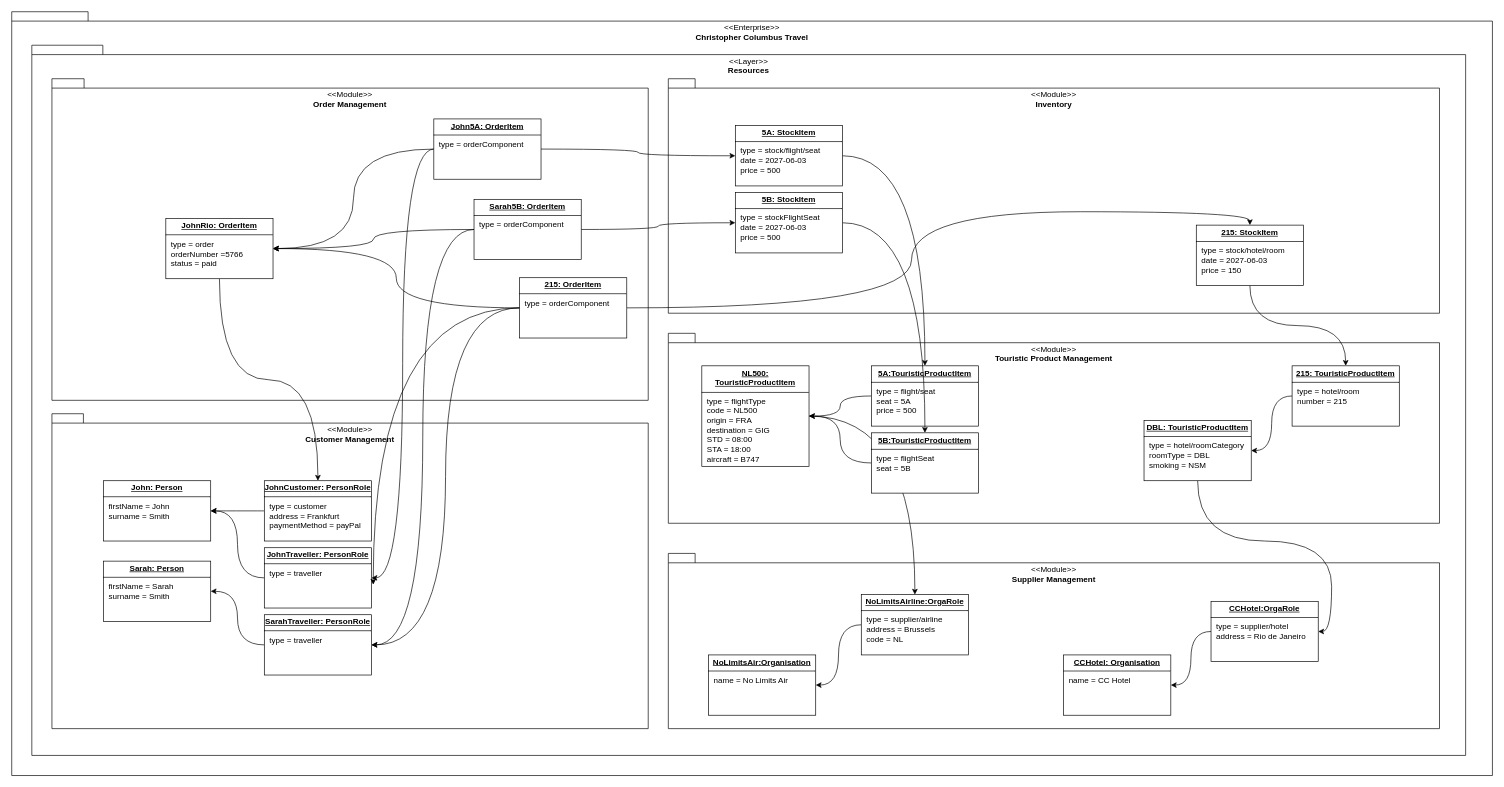
This is docs/architecture/data-model/objects.drawio from hochschule-darmstadt/a3se_app, a draw.io file, before an edit. Source tidied: cells renumbered, new cells numbered last; positions are measured from the earlier drawing's top-left corner, leaving out a move shared by most shapes. Both pictures are drawn from the tidied source at 67%, with x=0, y=0 at pixel (11, 11).
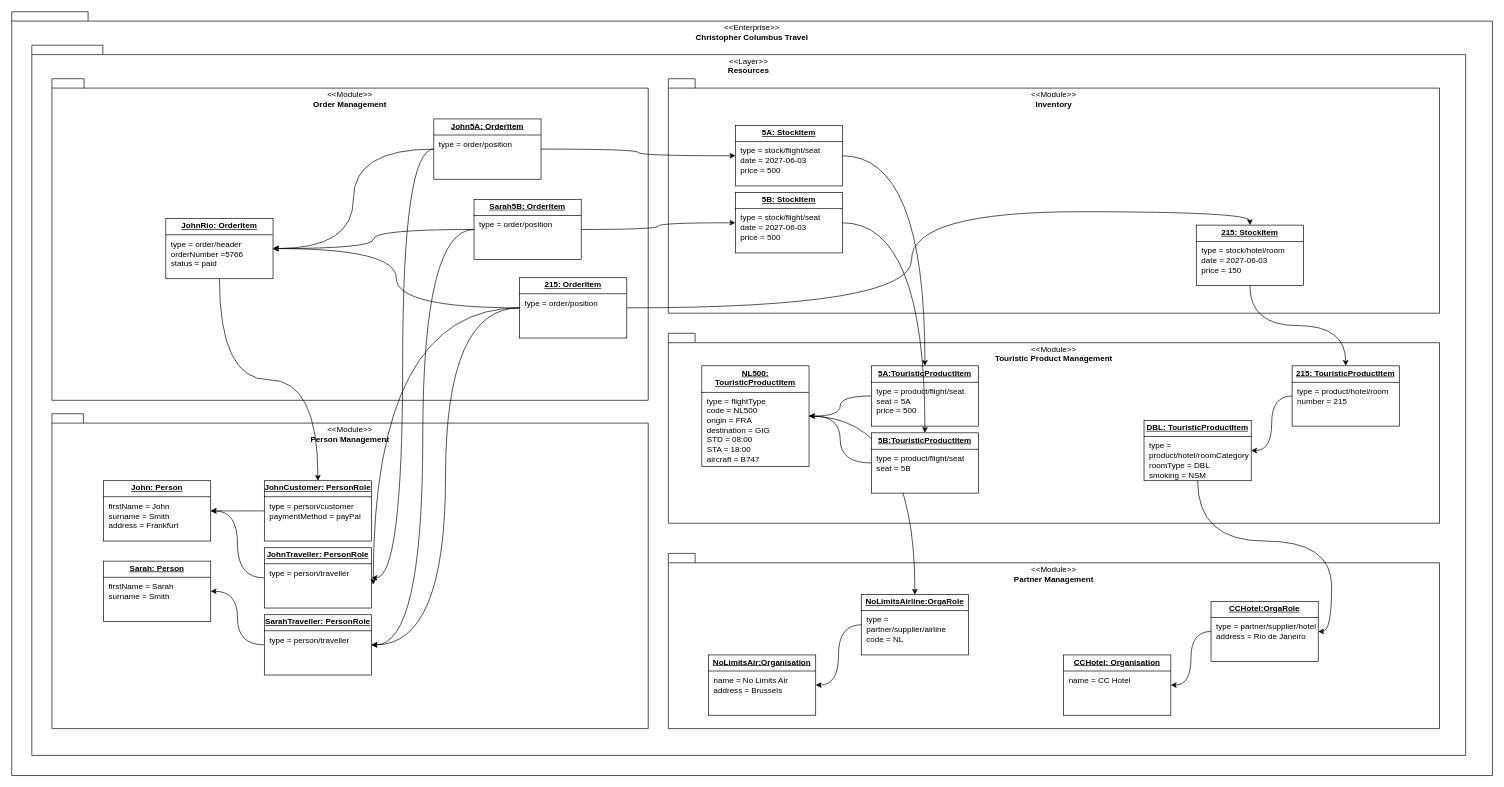
After the change.

What changed in the source:
```diff
@@
-    <mxCell id="4" value="&lt;span style=&quot;font-weight: normal;&quot;&gt;&amp;lt;&amp;lt;Module&amp;gt;&amp;gt;&lt;/span&gt;&lt;div&gt;Supplier Management&lt;/div&gt;" style="shape=folder;fontStyle=1;spacingTop=10;tabWidth=40;tabHeight=14;tabPosition=left;html=1;whiteSpace=wrap;align=center;verticalAlign=top;" parent="1" vertex="1">
+    <mxCell id="4" value="&lt;span style=&quot;font-weight: normal;&quot;&gt;&amp;lt;&amp;lt;Module&amp;gt;&amp;gt;&lt;/span&gt;&lt;div&gt;Partner Management&lt;/div&gt;" style="shape=folder;fontStyle=1;spacingTop=10;tabWidth=40;tabHeight=14;tabPosition=left;html=1;whiteSpace=wrap;align=center;verticalAlign=top;" parent="1" vertex="1">
       <mxGeometry x="980" y="808.5" width="1151" height="261.5" as="geometry" />
     </mxCell>
@@
-    <mxCell id="6" value="&lt;span style=&quot;font-weight: normal;&quot;&gt;&amp;lt;&amp;lt;Module&amp;gt;&amp;gt;&lt;/span&gt;&lt;div&gt;Customer Management&lt;/div&gt;" style="shape=folder;fontStyle=1;spacingTop=10;tabWidth=40;tabHeight=14;tabPosition=left;html=1;whiteSpace=wrap;align=center;verticalAlign=top;" parent="1" vertex="1">
+    <mxCell id="6" value="&lt;span style=&quot;font-weight: normal;&quot;&gt;&amp;lt;&amp;lt;Module&amp;gt;&amp;gt;&lt;/span&gt;&lt;div&gt;Person Management&lt;/div&gt;" style="shape=folder;fontStyle=1;spacingTop=10;tabWidth=40;tabHeight=14;tabPosition=left;html=1;whiteSpace=wrap;align=center;verticalAlign=top;" parent="1" vertex="1">
       <mxGeometry x="60" y="600" width="890" height="470" as="geometry" />
     </mxCell>
@@
-    <mxCell id="9" value="&lt;p style=&quot;margin:0px;margin-top:4px;text-align:center;text-decoration:underline;&quot;&gt;&lt;b&gt;John: Person&lt;/b&gt;&lt;/p&gt;&lt;hr size=&quot;1&quot; style=&quot;border-style:solid;&quot;&gt;&lt;p style=&quot;margin:0px;margin-left:8px;&quot;&gt;firstName = John&lt;br&gt;surname = Smith&lt;br&gt;&lt;/p&gt;" style="verticalAlign=top;align=left;overflow=fill;html=1;whiteSpace=wrap;" parent="1" vertex="1">
+    <mxCell id="9" value="&lt;p style=&quot;margin:0px;margin-top:4px;text-align:center;text-decoration:underline;&quot;&gt;&lt;b&gt;John: Person&lt;/b&gt;&lt;/p&gt;&lt;hr size=&quot;1&quot; style=&quot;border-style:solid;&quot;&gt;&lt;p style=&quot;margin:0px;margin-left:8px;&quot;&gt;firstName = John&lt;br&gt;surname = Smith&lt;br&gt;&lt;/p&gt;&lt;p style=&quot;margin:0px;margin-left:8px;&quot;&gt;address = Frankfurt&lt;/p&gt;" style="verticalAlign=top;align=left;overflow=fill;html=1;whiteSpace=wrap;" parent="1" vertex="1">
       <mxGeometry x="137" y="700" width="160" height="90" as="geometry" />
     </mxCell>
@@
-    <mxCell id="11" value="&lt;p style=&quot;margin:0px;margin-top:4px;text-align:center;text-decoration:underline;&quot;&gt;&lt;b&gt;JohnCustomer: PersonRole&lt;/b&gt;&lt;/p&gt;&lt;hr size=&quot;1&quot; style=&quot;border-style:solid;&quot;&gt;&lt;p style=&quot;margin:0px;margin-left:8px;&quot;&gt;type = customer&lt;/p&gt;&lt;p style=&quot;margin:0px;margin-left:8px;&quot;&gt;address = Frankfurt&lt;/p&gt;&lt;p style=&quot;margin:0px;margin-left:8px;&quot;&gt;paymentMethod = payPal&lt;/p&gt;" style="verticalAlign=top;align=left;overflow=fill;html=1;whiteSpace=wrap;" parent="1" vertex="1">
+    <mxCell id="11" value="&lt;p style=&quot;margin:0px;margin-top:4px;text-align:center;text-decoration:underline;&quot;&gt;&lt;b&gt;JohnCustomer: PersonRole&lt;/b&gt;&lt;/p&gt;&lt;hr size=&quot;1&quot; style=&quot;border-style:solid;&quot;&gt;&lt;p style=&quot;margin:0px;margin-left:8px;&quot;&gt;type = person/customer&lt;/p&gt;&lt;p style=&quot;margin:0px;margin-left:8px;&quot;&gt;&lt;span style=&quot;background-color: transparent; color: light-dark(rgb(0, 0, 0), rgb(255, 255, 255));&quot;&gt;paymentMethod = payPal&lt;/span&gt;&lt;/p&gt;" style="verticalAlign=top;align=left;overflow=fill;html=1;whiteSpace=wrap;" parent="1" vertex="1">
       <mxGeometry x="377" y="700" width="160" height="90" as="geometry" />
     </mxCell>
@@
-    <mxCell id="13" value="&lt;p style=&quot;margin:0px;margin-top:4px;text-align:center;text-decoration:underline;&quot;&gt;&lt;b&gt;NoLimitsAir:Organisation&lt;/b&gt;&lt;/p&gt;&lt;hr size=&quot;1&quot; style=&quot;border-style:solid;&quot;&gt;&lt;p style=&quot;margin:0px;margin-left:8px;&quot;&gt;name = No Limits Air&lt;/p&gt;" style="verticalAlign=top;align=left;overflow=fill;html=1;whiteSpace=wrap;" parent="1" vertex="1">
+    <mxCell id="13" value="&lt;p style=&quot;margin:0px;margin-top:4px;text-align:center;text-decoration:underline;&quot;&gt;&lt;b&gt;NoLimitsAir:Organisation&lt;/b&gt;&lt;/p&gt;&lt;hr size=&quot;1&quot; style=&quot;border-style:solid;&quot;&gt;&lt;p style=&quot;margin:0px;margin-left:8px;&quot;&gt;name = No Limits Air&lt;/p&gt;&lt;p style=&quot;margin:0px;margin-left:8px;&quot;&gt;address = Brussels&lt;/p&gt;" style="verticalAlign=top;align=left;overflow=fill;html=1;whiteSpace=wrap;" parent="1" vertex="1">
       <mxGeometry x="1040" y="960" width="160" height="90" as="geometry" />
     </mxCell>
@@
-    <mxCell id="17" value="&lt;p style=&quot;margin:0px;margin-top:4px;text-align:center;text-decoration:underline;&quot;&gt;&lt;b&gt;NoLimitsAirline:OrgaRole&lt;/b&gt;&lt;/p&gt;&lt;hr size=&quot;1&quot; style=&quot;border-style:solid;&quot;&gt;&lt;p style=&quot;margin:0px;margin-left:8px;&quot;&gt;type = supplier/airline&lt;/p&gt;&lt;p style=&quot;margin:0px;margin-left:8px;&quot;&gt;address = Brussels&lt;/p&gt;&lt;p style=&quot;margin:0px;margin-left:8px;&quot;&gt;code = NL&lt;/p&gt;" style="verticalAlign=top;align=left;overflow=fill;html=1;whiteSpace=wrap;" parent="1" vertex="1">
+    <mxCell id="17" value="&lt;p style=&quot;margin:0px;margin-top:4px;text-align:center;text-decoration:underline;&quot;&gt;&lt;b&gt;NoLimitsAirline:OrgaRole&lt;/b&gt;&lt;/p&gt;&lt;hr size=&quot;1&quot; style=&quot;border-style:solid;&quot;&gt;&lt;p style=&quot;margin:0px;margin-left:8px;&quot;&gt;type = partner/supplier/airline&lt;/p&gt;&lt;p style=&quot;margin:0px;margin-left:8px;&quot;&gt;&lt;span style=&quot;background-color: transparent; color: light-dark(rgb(0, 0, 0), rgb(255, 255, 255));&quot;&gt;code = NL&lt;/span&gt;&lt;/p&gt;" style="verticalAlign=top;align=left;overflow=fill;html=1;whiteSpace=wrap;" parent="1" vertex="1">
       <mxGeometry x="1268" y="870" width="160" height="90" as="geometry" />
     </mxCell>
@@
-    <mxCell id="19" value="&lt;p style=&quot;margin:0px;margin-top:4px;text-align:center;text-decoration:underline;&quot;&gt;&lt;b&gt;JohnTraveller: PersonRole&lt;/b&gt;&lt;/p&gt;&lt;hr size=&quot;1&quot; style=&quot;border-style:solid;&quot;&gt;&lt;p style=&quot;margin:0px;margin-left:8px;&quot;&gt;type = traveller&lt;/p&gt;" style="verticalAlign=top;align=left;overflow=fill;html=1;whiteSpace=wrap;" parent="1" vertex="1">
+    <mxCell id="19" value="&lt;p style=&quot;margin:0px;margin-top:4px;text-align:center;text-decoration:underline;&quot;&gt;&lt;b&gt;JohnTraveller: PersonRole&lt;/b&gt;&lt;/p&gt;&lt;hr size=&quot;1&quot; style=&quot;border-style:solid;&quot;&gt;&lt;p style=&quot;margin:0px;margin-left:8px;&quot;&gt;type = person/traveller&lt;/p&gt;" style="verticalAlign=top;align=left;overflow=fill;html=1;whiteSpace=wrap;" parent="1" vertex="1">
       <mxGeometry x="377" y="800" width="160" height="90" as="geometry" />
     </mxCell>
@@
-    <mxCell id="21" value="&lt;p style=&quot;margin:0px;margin-top:4px;text-align:center;text-decoration:underline;&quot;&gt;&lt;b&gt;SarahTraveller: PersonRole&lt;/b&gt;&lt;/p&gt;&lt;hr size=&quot;1&quot; style=&quot;border-style:solid;&quot;&gt;&lt;p style=&quot;margin:0px;margin-left:8px;&quot;&gt;type = traveller&lt;/p&gt;" style="verticalAlign=top;align=left;overflow=fill;html=1;whiteSpace=wrap;" parent="1" vertex="1">
+    <mxCell id="21" value="&lt;p style=&quot;margin:0px;margin-top:4px;text-align:center;text-decoration:underline;&quot;&gt;&lt;b&gt;SarahTraveller: PersonRole&lt;/b&gt;&lt;/p&gt;&lt;hr size=&quot;1&quot; style=&quot;border-style:solid;&quot;&gt;&lt;p style=&quot;margin:0px;margin-left:8px;&quot;&gt;type = person/traveller&lt;/p&gt;" style="verticalAlign=top;align=left;overflow=fill;html=1;whiteSpace=wrap;" parent="1" vertex="1">
       <mxGeometry x="377" y="900" width="160" height="90" as="geometry" />
     </mxCell>
@@
-    <mxCell id="26" value="&lt;p style=&quot;margin:0px;margin-top:4px;text-align:center;text-decoration:underline;&quot;&gt;&lt;b&gt;DBL: TouristicProductItem&lt;/b&gt;&lt;/p&gt;&lt;hr size=&quot;1&quot; style=&quot;border-style:solid;&quot;&gt;&lt;p style=&quot;margin:0px;margin-left:8px;&quot;&gt;type = hotel/roomCategory&lt;/p&gt;&lt;p style=&quot;margin:0px;margin-left:8px;&quot;&gt;roomType = DBL&lt;/p&gt;&lt;p style=&quot;margin:0px;margin-left:8px;&quot;&gt;smoking = NSM&amp;nbsp;&lt;/p&gt;" style="verticalAlign=top;align=left;overflow=fill;html=1;whiteSpace=wrap;" parent="1" vertex="1">
+    <mxCell id="26" value="&lt;p style=&quot;margin:0px;margin-top:4px;text-align:center;text-decoration:underline;&quot;&gt;&lt;b&gt;DBL: TouristicProductItem&lt;/b&gt;&lt;/p&gt;&lt;hr size=&quot;1&quot; style=&quot;border-style:solid;&quot;&gt;&lt;p style=&quot;margin:0px;margin-left:8px;&quot;&gt;type = product/hotel/roomCategory&lt;/p&gt;&lt;p style=&quot;margin:0px;margin-left:8px;&quot;&gt;roomType = DBL&lt;/p&gt;&lt;p style=&quot;margin:0px;margin-left:8px;&quot;&gt;smoking = NSM&amp;nbsp;&lt;/p&gt;" style="verticalAlign=top;align=left;overflow=fill;html=1;whiteSpace=wrap;" parent="1" vertex="1">
       <mxGeometry x="1690" y="610" width="160" height="90" as="geometry" />
     </mxCell>
@@
-    <mxCell id="28" value="&lt;p style=&quot;margin:0px;margin-top:4px;text-align:center;text-decoration:underline;&quot;&gt;&lt;b&gt;215: TouristicProductItem&lt;/b&gt;&lt;/p&gt;&lt;hr size=&quot;1&quot; style=&quot;border-style:solid;&quot;&gt;&lt;p style=&quot;margin:0px;margin-left:8px;&quot;&gt;type = hotel/room&lt;/p&gt;&lt;p style=&quot;margin:0px;margin-left:8px;&quot;&gt;number = 215&lt;/p&gt;" style="verticalAlign=top;align=left;overflow=fill;html=1;whiteSpace=wrap;" parent="1" vertex="1">
+    <mxCell id="28" value="&lt;p style=&quot;margin:0px;margin-top:4px;text-align:center;text-decoration:underline;&quot;&gt;&lt;b&gt;215: TouristicProductItem&lt;/b&gt;&lt;/p&gt;&lt;hr size=&quot;1&quot; style=&quot;border-style:solid;&quot;&gt;&lt;p style=&quot;margin:0px;margin-left:8px;&quot;&gt;type = product/hotel/room&lt;/p&gt;&lt;p style=&quot;margin:0px;margin-left:8px;&quot;&gt;number = 215&lt;/p&gt;" style="verticalAlign=top;align=left;overflow=fill;html=1;whiteSpace=wrap;" parent="1" vertex="1">
       <mxGeometry x="1911" y="528.5" width="160" height="90" as="geometry" />
     </mxCell>
@@
-    <mxCell id="30" value="&lt;p style=&quot;margin:0px;margin-top:4px;text-align:center;text-decoration:underline;&quot;&gt;&lt;b&gt;CCHotel:OrgaRole&lt;/b&gt;&lt;/p&gt;&lt;hr size=&quot;1&quot; style=&quot;border-style:solid;&quot;&gt;&lt;p style=&quot;margin:0px;margin-left:8px;&quot;&gt;type = supplier/hotel&lt;/p&gt;&lt;p style=&quot;margin:0px;margin-left:8px;&quot;&gt;address = Rio de Janeiro&lt;/p&gt;" style="verticalAlign=top;align=left;overflow=fill;html=1;whiteSpace=wrap;" parent="1" vertex="1">
+    <mxCell id="30" value="&lt;p style=&quot;margin:0px;margin-top:4px;text-align:center;text-decoration:underline;&quot;&gt;&lt;b&gt;CCHotel:OrgaRole&lt;/b&gt;&lt;/p&gt;&lt;hr size=&quot;1&quot; style=&quot;border-style:solid;&quot;&gt;&lt;p style=&quot;margin:0px;margin-left:8px;&quot;&gt;type = partner/supplier/hotel&lt;/p&gt;&lt;p style=&quot;margin:0px;margin-left:8px;&quot;&gt;address = Rio de Janeiro&lt;/p&gt;" style="verticalAlign=top;align=left;overflow=fill;html=1;whiteSpace=wrap;" parent="1" vertex="1">
       <mxGeometry x="1790" y="880" width="160" height="90" as="geometry" />
     </mxCell>
@@
-    <mxCell id="32" value="&lt;p style=&quot;margin:0px;margin-top:4px;text-align:center;text-decoration:underline;&quot;&gt;&lt;b&gt;5A:TouristicProductItem&lt;/b&gt;&lt;/p&gt;&lt;hr size=&quot;1&quot; style=&quot;border-style:solid;&quot;&gt;&lt;p style=&quot;margin:0px;margin-left:8px;&quot;&gt;type = flight/seat&lt;/p&gt;&lt;p style=&quot;margin:0px;margin-left:8px;&quot;&gt;seat = 5A&lt;/p&gt;&lt;p style=&quot;margin:0px;margin-left:8px;&quot;&gt;price = 500&lt;/p&gt;" style="verticalAlign=top;align=left;overflow=fill;html=1;whiteSpace=wrap;" parent="1" vertex="1">
+    <mxCell id="32" value="&lt;p style=&quot;margin:0px;margin-top:4px;text-align:center;text-decoration:underline;&quot;&gt;&lt;b&gt;5A:TouristicProductItem&lt;/b&gt;&lt;/p&gt;&lt;hr size=&quot;1&quot; style=&quot;border-style:solid;&quot;&gt;&lt;p style=&quot;margin:0px;margin-left:8px;&quot;&gt;type = product/flight/seat&lt;/p&gt;&lt;p style=&quot;margin:0px;margin-left:8px;&quot;&gt;seat = 5A&lt;/p&gt;&lt;p style=&quot;margin:0px;margin-left:8px;&quot;&gt;price = 500&lt;/p&gt;" style="verticalAlign=top;align=left;overflow=fill;html=1;whiteSpace=wrap;" parent="1" vertex="1">
       <mxGeometry x="1283" y="528.5" width="160" height="90" as="geometry" />
     </mxCell>
@@
-    <mxCell id="34" value="&lt;p style=&quot;margin:0px;margin-top:4px;text-align:center;text-decoration:underline;&quot;&gt;&lt;b&gt;5B:TouristicProductItem&lt;/b&gt;&lt;/p&gt;&lt;hr size=&quot;1&quot; style=&quot;border-style:solid;&quot;&gt;&lt;p style=&quot;margin:0px;margin-left:8px;&quot;&gt;type = flightSeat&lt;/p&gt;&lt;p style=&quot;margin:0px;margin-left:8px;&quot;&gt;seat = 5B&lt;/p&gt;&lt;p style=&quot;margin:0px;margin-left:8px;&quot;&gt;&lt;br&gt;&lt;/p&gt;" style="verticalAlign=top;align=left;overflow=fill;html=1;whiteSpace=wrap;" parent="1" vertex="1">
+    <mxCell id="34" value="&lt;p style=&quot;margin:0px;margin-top:4px;text-align:center;text-decoration:underline;&quot;&gt;&lt;b&gt;5B:TouristicProductItem&lt;/b&gt;&lt;/p&gt;&lt;hr size=&quot;1&quot; style=&quot;border-style:solid;&quot;&gt;&lt;p style=&quot;margin:0px;margin-left:8px;&quot;&gt;type =&amp;nbsp;&lt;span style=&quot;background-color: transparent; color: light-dark(rgb(0, 0, 0), rgb(255, 255, 255));&quot;&gt;product/flight/seat&lt;/span&gt;&lt;/p&gt;&lt;p style=&quot;margin:0px;margin-left:8px;&quot;&gt;seat = 5B&lt;/p&gt;&lt;p style=&quot;margin:0px;margin-left:8px;&quot;&gt;&lt;br&gt;&lt;/p&gt;" style="verticalAlign=top;align=left;overflow=fill;html=1;whiteSpace=wrap;" parent="1" vertex="1">
       <mxGeometry x="1283" y="628.5" width="160" height="90" as="geometry" />
     </mxCell>
@@
-    <mxCell id="36" value="&lt;p style=&quot;margin:0px;margin-top:4px;text-align:center;text-decoration:underline;&quot;&gt;&lt;b&gt;5B: StockItem&lt;/b&gt;&lt;/p&gt;&lt;hr size=&quot;1&quot; style=&quot;border-style:solid;&quot;&gt;&lt;p style=&quot;margin: 0px 0px 0px 8px;&quot;&gt;type = stockFlightSeat&lt;/p&gt;&lt;p style=&quot;margin: 0px 0px 0px 8px;&quot;&gt;date = &lt;span style=&quot;background-color: transparent; color: light-dark(rgb(0, 0, 0), rgb(255, 255, 255));&quot;&gt;2027-06-03&lt;/span&gt;&lt;/p&gt;&lt;p style=&quot;margin: 0px 0px 0px 8px;&quot;&gt;price = 500&lt;span style=&quot;background-color: transparent; color: light-dark(rgb(0, 0, 0), rgb(255, 255, 255));&quot;&gt;&lt;/span&gt;&lt;/p&gt;" style="verticalAlign=top;align=left;overflow=fill;html=1;whiteSpace=wrap;" parent="1" vertex="1">
+    <mxCell id="36" value="&lt;p style=&quot;margin:0px;margin-top:4px;text-align:center;text-decoration:underline;&quot;&gt;&lt;b&gt;5B: StockItem&lt;/b&gt;&lt;/p&gt;&lt;hr size=&quot;1&quot; style=&quot;border-style:solid;&quot;&gt;&lt;p style=&quot;margin: 0px 0px 0px 8px;&quot;&gt;type =&amp;nbsp;&lt;span style=&quot;background-color: transparent; color: light-dark(rgb(0, 0, 0), rgb(255, 255, 255));&quot;&gt;stock/flight/seat&lt;/span&gt;&lt;/p&gt;&lt;p style=&quot;margin: 0px 0px 0px 8px;&quot;&gt;date = &lt;span style=&quot;background-color: transparent; color: light-dark(rgb(0, 0, 0), rgb(255, 255, 255));&quot;&gt;2027-06-03&lt;/span&gt;&lt;/p&gt;&lt;p style=&quot;margin: 0px 0px 0px 8px;&quot;&gt;price = 500&lt;span style=&quot;background-color: transparent; color: light-dark(rgb(0, 0, 0), rgb(255, 255, 255));&quot;&gt;&lt;/span&gt;&lt;/p&gt;" style="verticalAlign=top;align=left;overflow=fill;html=1;whiteSpace=wrap;" parent="1" vertex="1">
       <mxGeometry x="1080" y="270" width="160" height="90" as="geometry" />
     </mxCell>
@@
-    <mxCell id="40" value="&lt;p style=&quot;margin:0px;margin-top:4px;text-align:center;text-decoration:underline;&quot;&gt;&lt;b&gt;JohnRio: OrderItem&lt;/b&gt;&lt;/p&gt;&lt;hr size=&quot;1&quot; style=&quot;border-style:solid;&quot;&gt;&lt;p style=&quot;margin:0px;margin-left:8px;&quot;&gt;type = order&lt;/p&gt;&lt;p style=&quot;margin:0px;margin-left:8px;&quot;&gt;orderNumber =5766&lt;/p&gt;&lt;p style=&quot;margin:0px;margin-left:8px;&quot;&gt;status = paid&lt;/p&gt;" style="verticalAlign=top;align=left;overflow=fill;html=1;whiteSpace=wrap;" parent="1" vertex="1">
+    <mxCell id="40" value="&lt;p style=&quot;margin:0px;margin-top:4px;text-align:center;text-decoration:underline;&quot;&gt;&lt;b&gt;JohnRio: OrderItem&lt;/b&gt;&lt;/p&gt;&lt;hr size=&quot;1&quot; style=&quot;border-style:solid;&quot;&gt;&lt;p style=&quot;margin:0px;margin-left:8px;&quot;&gt;type = order/header&lt;/p&gt;&lt;p style=&quot;margin:0px;margin-left:8px;&quot;&gt;orderNumber =5766&lt;/p&gt;&lt;p style=&quot;margin:0px;margin-left:8px;&quot;&gt;status = paid&lt;/p&gt;" style="verticalAlign=top;align=left;overflow=fill;html=1;whiteSpace=wrap;" parent="1" vertex="1">
       <mxGeometry x="230" y="308.5" width="160" height="90" as="geometry" />
     </mxCell>
@@
-    <mxCell id="44" value="&lt;p style=&quot;margin:0px;margin-top:4px;text-align:center;text-decoration:underline;&quot;&gt;&lt;b&gt;John5A: OrderItem&lt;/b&gt;&lt;/p&gt;&lt;hr size=&quot;1&quot; style=&quot;border-style:solid;&quot;&gt;&lt;p style=&quot;margin:0px;margin-left:8px;&quot;&gt;type = orderComponent&lt;/p&gt;" style="verticalAlign=top;align=left;overflow=fill;html=1;whiteSpace=wrap;" parent="1" vertex="1">
+    <mxCell id="44" value="&lt;p style=&quot;margin:0px;margin-top:4px;text-align:center;text-decoration:underline;&quot;&gt;&lt;b&gt;John5A: OrderItem&lt;/b&gt;&lt;/p&gt;&lt;hr size=&quot;1&quot; style=&quot;border-style:solid;&quot;&gt;&lt;p style=&quot;margin:0px;margin-left:8px;&quot;&gt;type = order/position&lt;/p&gt;" style="verticalAlign=top;align=left;overflow=fill;html=1;whiteSpace=wrap;" parent="1" vertex="1">
       <mxGeometry x="630" y="160" width="160" height="90" as="geometry" />
     </mxCell>
@@
-    <mxCell id="48" value="&lt;p style=&quot;margin:0px;margin-top:4px;text-align:center;text-decoration:underline;&quot;&gt;&lt;b&gt;Sarah5B: OrderItem&lt;/b&gt;&lt;/p&gt;&lt;hr size=&quot;1&quot; style=&quot;border-style:solid;&quot;&gt;&lt;p style=&quot;margin:0px;margin-left:8px;&quot;&gt;type = orderComponent&lt;/p&gt;" style="verticalAlign=top;align=left;overflow=fill;html=1;whiteSpace=wrap;" parent="1" vertex="1">
+    <mxCell id="48" value="&lt;p style=&quot;margin:0px;margin-top:4px;text-align:center;text-decoration:underline;&quot;&gt;&lt;b&gt;Sarah5B: OrderItem&lt;/b&gt;&lt;/p&gt;&lt;hr size=&quot;1&quot; style=&quot;border-style:solid;&quot;&gt;&lt;p style=&quot;margin:0px;margin-left:8px;&quot;&gt;type =&amp;nbsp;&lt;span style=&quot;background-color: transparent; color: light-dark(rgb(0, 0, 0), rgb(255, 255, 255));&quot;&gt;order/position&lt;/span&gt;&lt;/p&gt;" style="verticalAlign=top;align=left;overflow=fill;html=1;whiteSpace=wrap;" parent="1" vertex="1">
       <mxGeometry x="690" y="280" width="160" height="90" as="geometry" />
     </mxCell>
@@
-    <mxCell id="52" value="&lt;p style=&quot;margin:0px;margin-top:4px;text-align:center;text-decoration:underline;&quot;&gt;&lt;b&gt;215: OrderItem&lt;/b&gt;&lt;/p&gt;&lt;hr size=&quot;1&quot; style=&quot;border-style:solid;&quot;&gt;&lt;p style=&quot;margin:0px;margin-left:8px;&quot;&gt;type = orderComponent&lt;/p&gt;" style="verticalAlign=top;align=left;overflow=fill;html=1;whiteSpace=wrap;" parent="1" vertex="1">
+    <mxCell id="52" value="&lt;p style=&quot;margin:0px;margin-top:4px;text-align:center;text-decoration:underline;&quot;&gt;&lt;b&gt;215: OrderItem&lt;/b&gt;&lt;/p&gt;&lt;hr size=&quot;1&quot; style=&quot;border-style:solid;&quot;&gt;&lt;p style=&quot;margin:0px;margin-left:8px;&quot;&gt;type =&amp;nbsp;&lt;span style=&quot;background-color: transparent; color: light-dark(rgb(0, 0, 0), rgb(255, 255, 255));&quot;&gt;order/position&lt;/span&gt;&lt;/p&gt;" style="verticalAlign=top;align=left;overflow=fill;html=1;whiteSpace=wrap;" parent="1" vertex="1">
       <mxGeometry x="758" y="397" width="160" height="90" as="geometry" />
     </mxCell>
```
